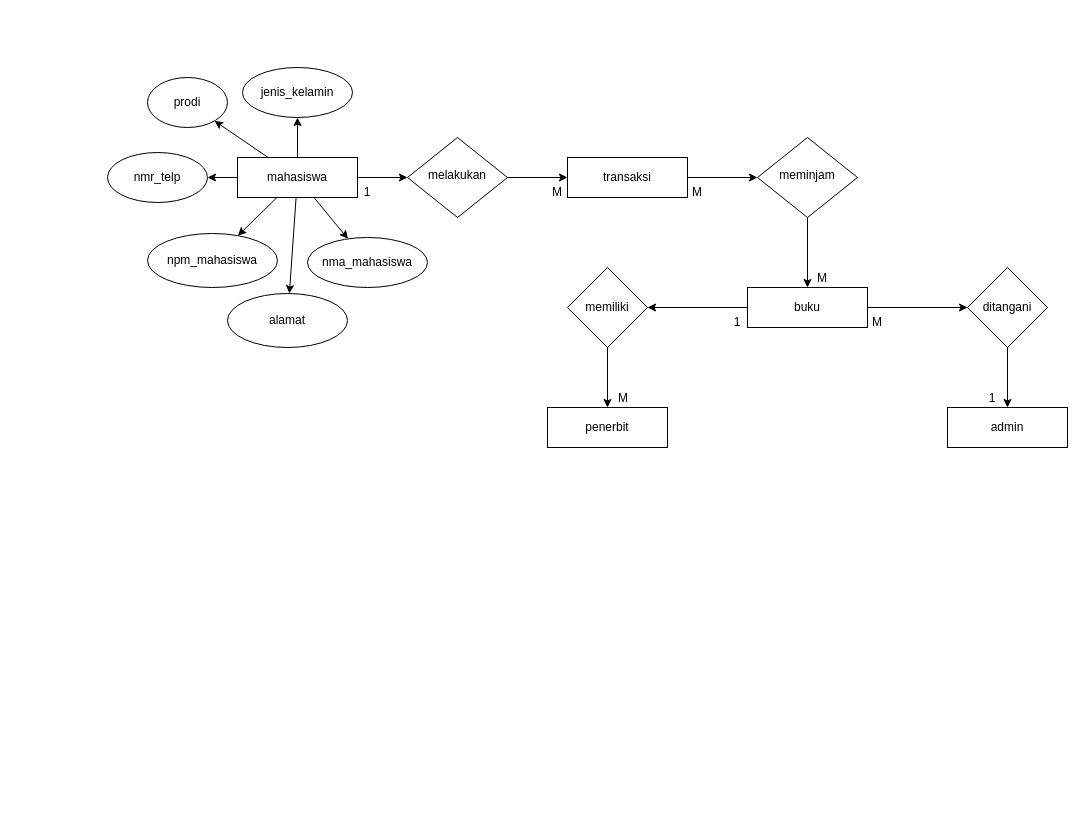
The draw.io diagram perpustakaan.drawio in vinnnna/sistem-basis-data, before the edit. Source tidied: cells renumbered, new cells numbered last; positions are measured from the earlier drawing's top-left corner, leaving out a move shared by most shapes. Both pictures are drawn from the tidied source at 100%, with x=0, y=0 at pixel (107, 67).
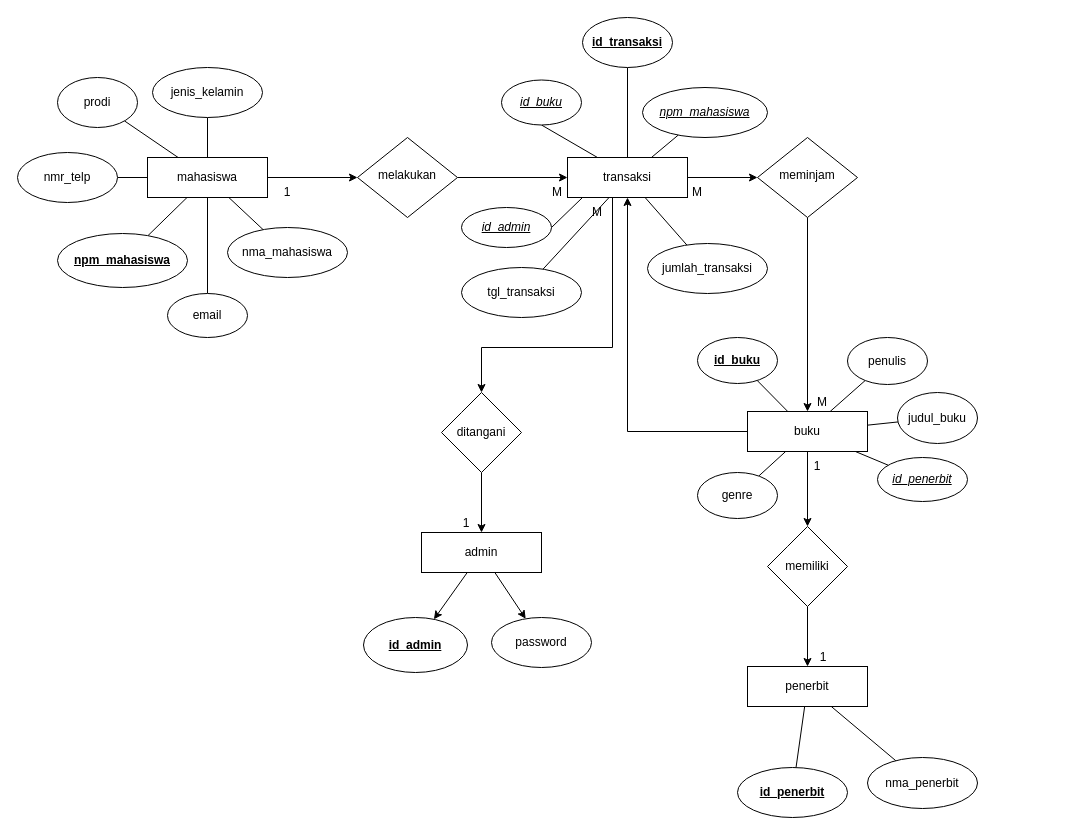
Above is the later version.

The change refers to these unchanged cells:
```xml
<mxCell id="13" value="transaksi" style="rounded=1;whiteSpace=wrap;html=1;fontSize=12;glass=0;strokeWidth=1;shadow=0;arcSize=0;" parent="1" vertex="1">
  <mxGeometry x="460" y="90" width="120" height="40" as="geometry" />
</mxCell>
```

The edit, as a diff of the source:
```diff
@@
-    <mxCell id="2" style="edgeStyle=orthogonalEdgeStyle;rounded=0;jettySize=auto;html=1;" parent="1" edge="1" source="9" target="11">
+    <mxCell id="2" style="edgeStyle=orthogonalEdgeStyle;rounded=0;jettySize=auto;html=1;entryX=0;entryY=0.5;entryDx=0;entryDy=0;" parent="1" edge="1" source="9" target="11">
       <mxGeometry relative="1" as="geometry" />
     </mxCell>
-    <mxCell id="3" style="rounded=0;jettySize=auto;html=1;" parent="1" edge="1" source="9" target="33">
+    <mxCell id="3" style="rounded=0;jettySize=auto;html=1;endArrow=none;endFill=0;" parent="1" edge="1" source="9" target="33">
       <mxGeometry relative="1" as="geometry" />
     </mxCell>
-    <mxCell id="4" style="rounded=0;jettySize=auto;html=1;" parent="1" edge="1" source="9" target="34">
+    <mxCell id="4" style="rounded=0;jettySize=auto;html=1;endArrow=none;endFill=0;" parent="1" edge="1" source="9" target="34">
       <mxGeometry relative="1" as="geometry" />
     </mxCell>
-    <mxCell id="5" style="rounded=0;jettySize=auto;html=1;" parent="1" edge="1" source="9" target="35">
+    <mxCell id="5" style="rounded=0;jettySize=auto;html=1;endArrow=none;endFill=0;" parent="1" edge="1" source="9" target="35">
       <mxGeometry relative="1" as="geometry" />
     </mxCell>
-    <mxCell id="6" style="rounded=0;jettySize=auto;html=1;" parent="1" edge="1" source="9" target="36">
+    <mxCell id="6" style="rounded=0;jettySize=auto;html=1;endArrow=none;endFill=0;" parent="1" edge="1" source="9" target="36">
       <mxGeometry relative="1" as="geometry" />
     </mxCell>
-    <mxCell id="7" style="edgeStyle=orthogonalEdgeStyle;rounded=0;jettySize=auto;html=1;" parent="1" edge="1" source="9" target="37">
+    <mxCell id="7" style="edgeStyle=orthogonalEdgeStyle;rounded=0;jettySize=auto;html=1;endArrow=none;endFill=0;" parent="1" edge="1" source="9" target="37">
       <mxGeometry relative="1" as="geometry" />
     </mxCell>
-    <mxCell id="8" style="rounded=0;jettySize=auto;html=1;" parent="1" edge="1" source="9" target="38">
+    <mxCell id="8" style="rounded=0;jettySize=auto;html=1;endArrow=none;endFill=0;" parent="1" edge="1" source="9" target="38">
       <mxGeometry relative="1" as="geometry" />
     </mxCell>
     <mxCell id="9" value="mahasiswa" style="rounded=1;whiteSpace=wrap;html=1;fontSize=12;glass=0;strokeWidth=1;shadow=0;arcSize=0;" parent="1" vertex="1">
-      <mxGeometry x="130" y="90" width="120" height="40" as="geometry" />
+      <mxGeometry x="40" y="90" width="120" height="40" as="geometry" />
     </mxCell>
@@
     <mxCell id="11" value="melakukan" style="rhombus;whiteSpace=wrap;html=1;shadow=0;fontFamily=Helvetica;fontSize=12;align=center;strokeWidth=1;spacing=6;spacingTop=-4;" parent="1" vertex="1">
-      <mxGeometry x="300" y="70" width="100" height="80" as="geometry" />
+      <mxGeometry x="250" y="70" width="100" height="80" as="geometry" />
     </mxCell>
@@
+    <mxCell id="39" style="rounded=0;jettySize=auto;html=1;endArrow=none;endFill=0;" parent="1" edge="1" source="13" target="56">
+      <mxGeometry relative="1" as="geometry" />
+    </mxCell>
+    <mxCell id="40" style="rounded=0;jettySize=auto;html=1;endArrow=none;endFill=0;" parent="1" edge="1" source="13" target="57">
+      <mxGeometry relative="1" as="geometry" />
+    </mxCell>
+    <mxCell id="41" style="rounded=0;jettySize=auto;html=1;endArrow=none;endFill=0;" parent="1" edge="1" source="13" target="58">
+      <mxGeometry relative="1" as="geometry" />
+    </mxCell>
+    <mxCell id="42" style="rounded=0;jettySize=auto;html=1;strokeColor=default;endArrow=none;endFill=0;" parent="1" edge="1" source="13" target="59">
+      <mxGeometry relative="1" as="geometry" />
+    </mxCell>
+    <mxCell id="43" style="edgeStyle=orthogonalEdgeStyle;rounded=0;jettySize=auto;html=1;entryX=0.5;entryY=0;entryDx=0;entryDy=0;exitX=0.75;exitY=0;exitDx=0;exitDy=0;" parent="1" edge="1" source="30" target="21">
+      <mxGeometry relative="1" as="geometry">
+        <Array as="points">
+          <mxPoint x="505" y="280" />
+          <mxPoint x="374" y="280" />
+        </Array>
+      </mxGeometry>
+    </mxCell>
+    <mxCell id="44" style="rounded=0;jettySize=auto;html=1;exitX=0.25;exitY=0;exitDx=0;exitDy=0;entryX=0.5;entryY=1;entryDx=0;entryDy=0;endArrow=none;endFill=0;" parent="1" edge="1" source="13" target="69">
+      <mxGeometry relative="1" as="geometry" />
+    </mxCell>
@@
+    <mxCell id="45" style="rounded=0;jettySize=auto;html=1;endArrow=none;endFill=0;" parent="1" edge="1" source="16" target="62">
+      <mxGeometry relative="1" as="geometry" />
+    </mxCell>
+    <mxCell id="46" style="rounded=0;jettySize=auto;html=1;endArrow=none;endFill=0;" parent="1" edge="1" source="16" target="63">
+      <mxGeometry relative="1" as="geometry" />
+    </mxCell>
     <mxCell id="16" value="penerbit" style="rounded=1;whiteSpace=wrap;html=1;fontSize=12;glass=0;strokeWidth=1;shadow=0;arcSize=0;" parent="1" vertex="1">
-      <mxGeometry x="440" y="340" width="120" height="40" as="geometry" />
+      <mxGeometry x="640" y="599" width="120" height="40" as="geometry" />
     </mxCell>
-    <mxCell id="17" style="edgeStyle=orthogonalEdgeStyle;rounded=0;jettySize=auto;html=1;" parent="1" edge="1" source="19" target="21">
-      <mxGeometry relative="1" as="geometry" />
-    </mxCell>
-    <mxCell id="18" style="edgeStyle=orthogonalEdgeStyle;rounded=0;jettySize=auto;html=1;" parent="1" edge="1" source="19" target="23">
+    <mxCell id="18" style="edgeStyle=orthogonalEdgeStyle;rounded=0;jettySize=auto;html=1;exitX=0.5;exitY=1;exitDx=0;exitDy=0;" parent="1" edge="1" source="19" target="23">
       <mxGeometry relative="1" as="geometry" />
     </mxCell>
+    <mxCell id="47" style="rounded=0;jettySize=auto;html=1;endArrow=none;endFill=0;" parent="1" edge="1" source="19" target="64">
+      <mxGeometry relative="1" as="geometry" />
+    </mxCell>
+    <mxCell id="48" style="rounded=0;jettySize=auto;html=1;endArrow=none;endFill=0;" parent="1" edge="1" source="19" target="65">
+      <mxGeometry relative="1" as="geometry" />
+    </mxCell>
+    <mxCell id="49" style="rounded=0;jettySize=auto;html=1;endArrow=none;endFill=0;" parent="1" edge="1" source="19" target="66">
+      <mxGeometry relative="1" as="geometry" />
+    </mxCell>
+    <mxCell id="50" style="rounded=0;jettySize=auto;html=1;endArrow=none;endFill=0;" parent="1" edge="1" source="19" target="67">
+      <mxGeometry relative="1" as="geometry" />
+    </mxCell>
+    <mxCell id="51" style="rounded=0;jettySize=auto;html=1;endArrow=none;endFill=0;" parent="1" edge="1" source="19" target="68">
+      <mxGeometry relative="1" as="geometry" />
+    </mxCell>
     <mxCell id="19" value="buku" style="rounded=1;whiteSpace=wrap;html=1;fontSize=12;glass=0;strokeWidth=1;shadow=0;arcSize=0;" parent="1" vertex="1">
-      <mxGeometry x="640" y="220" width="120" height="40" as="geometry" />
+      <mxGeometry x="640" y="344" width="120" height="40" as="geometry" />
     </mxCell>
@@
     <mxCell id="21" value="ditangani" style="rhombus;whiteSpace=wrap;html=1;rounded=1;glass=0;strokeWidth=1;shadow=0;arcSize=0;" parent="1" vertex="1">
-      <mxGeometry x="860" y="200" width="80" height="80" as="geometry" />
+      <mxGeometry x="334" y="325" width="80" height="80" as="geometry" />
     </mxCell>
@@
     <mxCell id="23" value="memiliki" style="rhombus;whiteSpace=wrap;html=1;rounded=1;glass=0;strokeWidth=1;shadow=0;arcSize=0;" parent="1" vertex="1">
-      <mxGeometry x="460" y="200" width="80" height="80" as="geometry" />
+      <mxGeometry x="660" y="459" width="80" height="80" as="geometry" />
     </mxCell>
+    <mxCell id="52" style="rounded=0;jettySize=auto;html=1;" parent="1" edge="1" source="24" target="60">
+      <mxGeometry relative="1" as="geometry" />
+    </mxCell>
+    <mxCell id="53" style="rounded=0;jettySize=auto;html=1;" parent="1" edge="1" source="24" target="61">
+      <mxGeometry relative="1" as="geometry" />
+    </mxCell>
     <mxCell id="24" value="admin" style="whiteSpace=wrap;html=1;rounded=1;glass=0;strokeWidth=1;shadow=0;arcSize=0;" parent="1" vertex="1">
-      <mxGeometry x="840" y="340" width="120" height="40" as="geometry" />
+      <mxGeometry x="314" y="465" width="120" height="40" as="geometry" />
     </mxCell>
     <mxCell id="25" value="1" style="text;html=1;strokeColor=none;fillColor=none;align=center;verticalAlign=middle;whiteSpace=wrap;rounded=0;" parent="1" vertex="1">
-      <mxGeometry x="230" y="110" width="60" height="30" as="geometry" />
+      <mxGeometry x="150" y="110" width="60" height="30" as="geometry" />
     </mxCell>
@@
     <mxCell id="28" value="M" style="text;html=1;strokeColor=none;fillColor=none;align=center;verticalAlign=middle;whiteSpace=wrap;rounded=0;" parent="1" vertex="1">
-      <mxGeometry x="685" y="196" width="60" height="30" as="geometry" />
+      <mxGeometry x="685" y="320" width="60" height="30" as="geometry" />
     </mxCell>
-    <mxCell id="29" value="M" style="text;html=1;strokeColor=none;fillColor=none;align=center;verticalAlign=middle;whiteSpace=wrap;rounded=0;" parent="1" vertex="1">
-      <mxGeometry x="486" y="316" width="60" height="30" as="geometry" />
+    <mxCell id="29" value="1" style="text;html=1;strokeColor=none;fillColor=none;align=center;verticalAlign=middle;whiteSpace=wrap;rounded=0;" parent="1" vertex="1">
+      <mxGeometry x="686" y="575" width="60" height="30" as="geometry" />
     </mxCell>
+    <mxCell id="54" style="rounded=0;jettySize=auto;html=1;exitX=0.25;exitY=0;exitDx=0;exitDy=0;entryX=1;entryY=0.5;entryDx=0;entryDy=0;endArrow=none;endFill=0;" parent="1" edge="1" source="30" target="70">
+      <mxGeometry relative="1" as="geometry" />
+    </mxCell>
-    <mxCell id="30" value="1" style="text;html=1;strokeColor=none;fillColor=none;align=center;verticalAlign=middle;whiteSpace=wrap;rounded=0;" parent="1" vertex="1">
-      <mxGeometry x="600" y="240" width="60" height="30" as="geometry" />
+    <mxCell id="30" value="M" style="text;html=1;strokeColor=none;fillColor=none;align=center;verticalAlign=middle;whiteSpace=wrap;rounded=0;" parent="1" vertex="1">
+      <mxGeometry x="460" y="130" width="60" height="30" as="geometry" />
     </mxCell>
+    <mxCell id="55" style="edgeStyle=orthogonalEdgeStyle;rounded=0;jettySize=auto;html=1;exitX=0;exitY=0.5;exitDx=0;exitDy=0;entryX=1;entryY=0;entryDx=0;entryDy=0;" parent="1" edge="1" source="19" target="30">
+      <mxGeometry relative="1" as="geometry">
+        <Array as="points">
+          <mxPoint x="520" y="364" />
+        </Array>
+      </mxGeometry>
+    </mxCell>
-    <mxCell id="31" value="M" style="text;html=1;strokeColor=none;fillColor=none;align=center;verticalAlign=middle;whiteSpace=wrap;rounded=0;" parent="1" vertex="1">
-      <mxGeometry x="740" y="240" width="60" height="30" as="geometry" />
+    <mxCell id="31" value="1" style="text;html=1;strokeColor=none;fillColor=none;align=center;verticalAlign=middle;whiteSpace=wrap;rounded=0;" parent="1" vertex="1">
+      <mxGeometry x="680" y="384" width="60" height="30" as="geometry" />
     </mxCell>
     <mxCell id="32" value="1" style="text;html=1;strokeColor=none;fillColor=none;align=center;verticalAlign=middle;whiteSpace=wrap;rounded=0;" parent="1" vertex="1">
-      <mxGeometry x="855" y="316" width="60" height="30" as="geometry" />
+      <mxGeometry x="329" y="441" width="60" height="30" as="geometry" />
     </mxCell>
-    <mxCell id="33" value="npm_mahasiswa" style="ellipse;whiteSpace=wrap;html=1;rounded=1;glass=0;strokeWidth=1;shadow=0;arcSize=0;" parent="1" vertex="1">
-      <mxGeometry x="40" y="166" width="130" height="54" as="geometry" />
+    <mxCell id="33" value="&lt;b&gt;&lt;u&gt;npm_mahasiswa&lt;/u&gt;&lt;/b&gt;" style="ellipse;whiteSpace=wrap;html=1;rounded=1;glass=0;strokeWidth=1;shadow=0;arcSize=0;" parent="1" vertex="1">
+      <mxGeometry x="-50" y="166" width="130" height="54" as="geometry" />
     </mxCell>
     <mxCell id="34" value="nma_mahasiswa" style="ellipse;whiteSpace=wrap;html=1;rounded=1;glass=0;strokeWidth=1;shadow=0;arcSize=0;" parent="1" vertex="1">
-      <mxGeometry x="200" y="170" width="120" height="50" as="geometry" />
+      <mxGeometry x="120" y="160" width="120" height="50" as="geometry" />
     </mxCell>
     <mxCell id="35" value="prodi" style="ellipse;whiteSpace=wrap;html=1;rounded=1;glass=0;strokeWidth=1;shadow=0;arcSize=0;" parent="1" vertex="1">
-      <mxGeometry x="40" y="10" width="80" height="50" as="geometry" />
+      <mxGeometry x="-50" y="10" width="80" height="50" as="geometry" />
     </mxCell>
     <mxCell id="36" value="jenis_kelamin" style="ellipse;whiteSpace=wrap;html=1;rounded=1;glass=0;strokeWidth=1;shadow=0;arcSize=0;" parent="1" vertex="1">
-      <mxGeometry x="135" width="110" height="50" as="geometry" />
+      <mxGeometry x="45" width="110" height="50" as="geometry" />
     </mxCell>
     <mxCell id="37" value="nmr_telp" style="ellipse;whiteSpace=wrap;html=1;rounded=1;glass=0;strokeWidth=1;shadow=0;arcSize=0;" parent="1" vertex="1">
-      <mxGeometry y="85" width="100" height="50" as="geometry" />
+      <mxGeometry x="-90" y="85" width="100" height="50" as="geometry" />
     </mxCell>
-    <mxCell id="38" value="alamat" style="ellipse;whiteSpace=wrap;html=1;" parent="1" vertex="1">
-      <mxGeometry x="120" y="226" width="120" height="54" as="geometry" />
+    <mxCell id="38" value="email" style="ellipse;whiteSpace=wrap;html=1;" parent="1" vertex="1">
+      <mxGeometry x="60" y="226" width="80" height="44" as="geometry" />
     </mxCell>
+    <mxCell id="56" value="id_transaksi" style="ellipse;whiteSpace=wrap;html=1;rounded=1;glass=0;strokeWidth=1;shadow=0;arcSize=0;fontStyle=5;" parent="1" vertex="1">
+      <mxGeometry x="475" y="-50" width="90" height="50" as="geometry" />
+    </mxCell>
+    <mxCell id="57" value="tgl_transaksi" style="ellipse;whiteSpace=wrap;html=1;" parent="1" vertex="1">
+      <mxGeometry x="354" y="200" width="120" height="50" as="geometry" />
+    </mxCell>
+    <mxCell id="58" value="&lt;u&gt;npm_mahasiswa&lt;/u&gt;" style="ellipse;whiteSpace=wrap;html=1;fontStyle=2;" parent="1" vertex="1">
+      <mxGeometry x="535" y="20" width="125" height="50" as="geometry" />
+    </mxCell>
+    <mxCell id="59" value="jumlah_transaksi" style="ellipse;whiteSpace=wrap;html=1;" parent="1" vertex="1">
+      <mxGeometry x="540" y="176" width="120" height="50" as="geometry" />
+    </mxCell>
+    <mxCell id="60" value="id_admin" style="ellipse;whiteSpace=wrap;html=1;rounded=1;glass=0;strokeWidth=1;shadow=0;arcSize=0;fontStyle=5;" parent="1" vertex="1">
+      <mxGeometry x="256" y="550" width="104" height="55" as="geometry" />
+    </mxCell>
+    <mxCell id="61" value="password" style="ellipse;whiteSpace=wrap;html=1;rounded=1;glass=0;strokeWidth=1;shadow=0;arcSize=0;" parent="1" vertex="1">
+      <mxGeometry x="384" y="550" width="100" height="50" as="geometry" />
+    </mxCell>
+    <mxCell id="62" value="id_penerbit" style="ellipse;whiteSpace=wrap;html=1;rounded=1;glass=0;strokeWidth=1;shadow=0;arcSize=0;fontStyle=5;" parent="1" vertex="1">
+      <mxGeometry x="630" y="700" width="110" height="50" as="geometry" />
+    </mxCell>
+    <mxCell id="63" value="nma_penerbit" style="ellipse;whiteSpace=wrap;html=1;rounded=1;glass=0;strokeWidth=1;shadow=0;arcSize=0;" parent="1" vertex="1">
+      <mxGeometry x="760" y="690" width="110" height="51" as="geometry" />
+    </mxCell>
+    <mxCell id="64" value="&lt;b&gt;&lt;u&gt;id_buku&lt;/u&gt;&lt;/b&gt;" style="ellipse;whiteSpace=wrap;html=1;rounded=1;glass=0;strokeWidth=1;shadow=0;arcSize=0;" parent="1" vertex="1">
+      <mxGeometry x="590" y="270" width="80" height="46" as="geometry" />
+    </mxCell>
+    <mxCell id="65" value="judul_buku" style="ellipse;whiteSpace=wrap;html=1;rounded=1;glass=0;strokeWidth=1;shadow=0;arcSize=0;" parent="1" vertex="1">
+      <mxGeometry x="790" y="325" width="80" height="51" as="geometry" />
+    </mxCell>
+    <mxCell id="66" value="genre" style="ellipse;whiteSpace=wrap;html=1;rounded=1;glass=0;strokeWidth=1;shadow=0;arcSize=0;" parent="1" vertex="1">
+      <mxGeometry x="590" y="405" width="80" height="46" as="geometry" />
+    </mxCell>
+    <mxCell id="67" value="penulis" style="ellipse;whiteSpace=wrap;html=1;rounded=1;glass=0;strokeWidth=1;shadow=0;arcSize=0;" parent="1" vertex="1">
+      <mxGeometry x="740" y="270" width="80" height="47" as="geometry" />
+    </mxCell>
+    <mxCell id="68" value="id_penerbit" style="ellipse;whiteSpace=wrap;html=1;rounded=1;glass=0;strokeWidth=1;shadow=0;arcSize=0;fontStyle=6;" parent="1" vertex="1">
+      <mxGeometry x="770" y="390" width="90" height="44" as="geometry" />
+    </mxCell>
+    <mxCell id="69" value="id_buku" style="ellipse;whiteSpace=wrap;html=1;fontStyle=6;" parent="1" vertex="1">
+      <mxGeometry x="394" y="12.5" width="80" height="45" as="geometry" />
+    </mxCell>
+    <mxCell id="70" value="id_admin" style="ellipse;whiteSpace=wrap;html=1;fontStyle=6;" parent="1" vertex="1">
+      <mxGeometry x="354" y="140" width="90" height="40" as="geometry" />
+    </mxCell>
```
